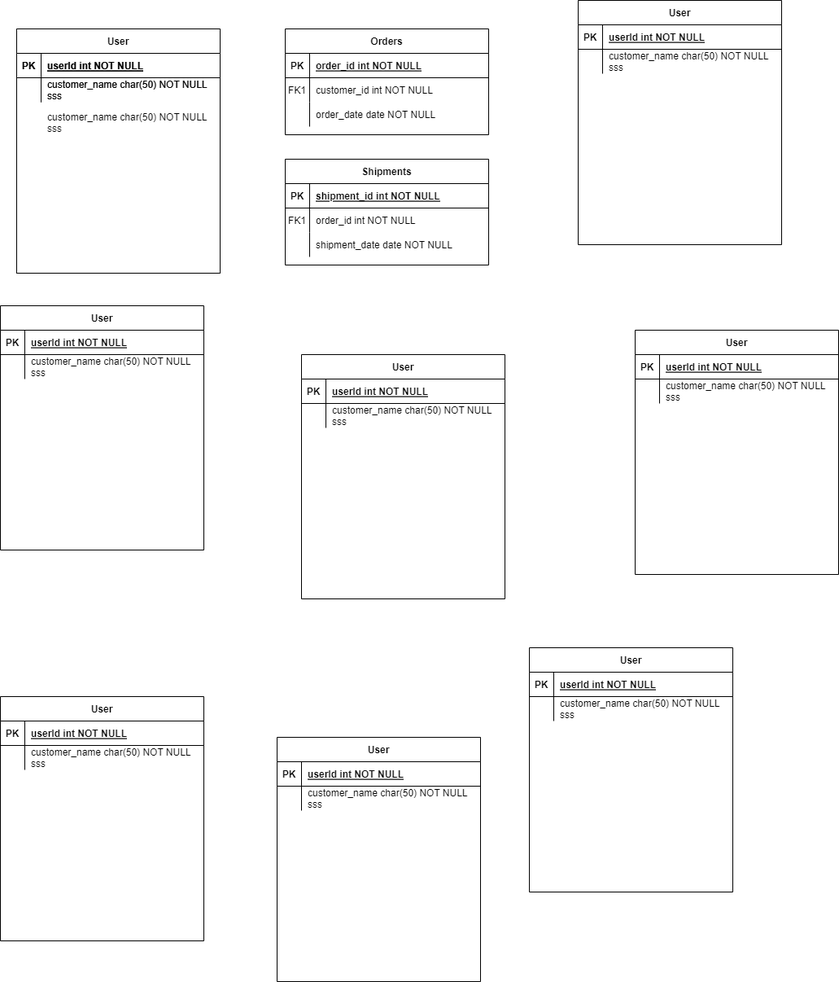
This is ER-model.drawio.png from ndphong812/intro2software-project, a draw.io export, as it was before one commit. Source tidied: cells renumbered, new cells last; positions are measured from the earlier drawing's top-left corner, leaving out a move shared by most shapes.
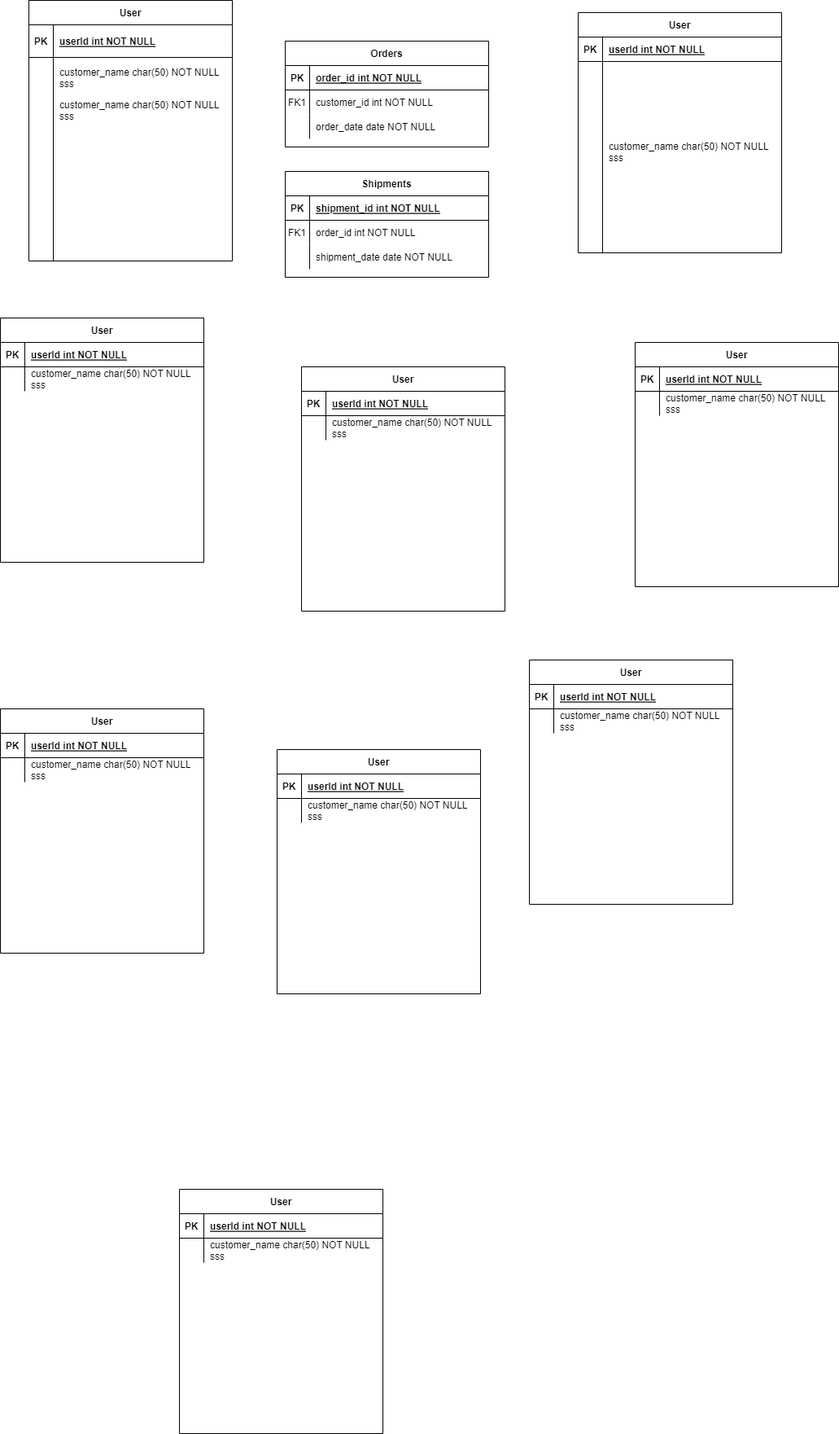
Above is the later version.

Change to the diagram source:
```diff
@@ -63,31 +63,31 @@
       <mxGeometry x="30" width="220" height="30" as="geometry" />
     </mxCell>
     <mxCell id="22" value="User" style="shape=table;startSize=30;rowLines=0;fontStyle=1;align=center;" parent="1" vertex="1">
-      <mxGeometry x="20" y="35" width="250" height="300" as="geometry" />
+      <mxGeometry x="35" y="-15" width="250" height="320" as="geometry" />
     </mxCell>
     <mxCell id="23" style="shape=partialRectangle;fillColor=none;top=0;left=0;right=0;bottom=1;" parent="22" vertex="1">
-      <mxGeometry y="30" width="250" height="30" as="geometry" />
+      <mxGeometry y="30" width="250" height="40" as="geometry" />
     </mxCell>
     <mxCell id="24" value="PK" style="shape=partialRectangle;overflow=hidden;fillColor=none;top=0;left=0;bottom=0;right=0;fontStyle=1;" parent="23" vertex="1">
-      <mxGeometry width="30" height="30" as="geometry" />
+      <mxGeometry width="30" height="40" as="geometry" />
     </mxCell>
     <mxCell id="25" value="userId int NOT NULL " style="shape=partialRectangle;overflow=hidden;fillColor=none;top=0;left=0;bottom=0;right=0;align=left;spacingLeft=6;fontStyle=5;" parent="23" vertex="1">
-      <mxGeometry x="30" width="220" height="30" as="geometry" />
+      <mxGeometry x="30" width="220" height="40" as="geometry" />
     </mxCell>
     <mxCell id="26" style="shape=partialRectangle;fillColor=none;top=0;left=0;right=0;bottom=0;" parent="22" vertex="1">
-      <mxGeometry y="60" width="250" height="30" as="geometry" />
+      <mxGeometry y="70" width="250" height="250" as="geometry" />
     </mxCell>
     <mxCell id="27" style="shape=partialRectangle;overflow=hidden;fillColor=none;top=0;left=0;bottom=0;right=0;" parent="26" vertex="1">
-      <mxGeometry width="30" height="30" as="geometry" />
+      <mxGeometry width="30" height="250" as="geometry" />
     </mxCell>
-    <mxCell id="28" value="customer_name char(50) NOT NULL&#10;sss&#10;" style="shape=partialRectangle;overflow=hidden;fillColor=none;top=0;left=0;bottom=0;right=0;align=left;spacingLeft=6;" parent="26" vertex="1">
-      <mxGeometry x="30" width="220" height="30" as="geometry" />
+    <mxCell id="28" style="shape=partialRectangle;overflow=hidden;fillColor=none;top=0;left=0;bottom=0;right=0;align=left;spacingLeft=6;" parent="26" vertex="1">
+      <mxGeometry x="30" width="220" height="250" as="geometry" />
     </mxCell>
     <mxCell id="29" value="customer_name char(50) NOT NULL&#10;sss&#10;" style="shape=partialRectangle;overflow=hidden;fillColor=none;top=0;left=0;bottom=0;right=0;align=left;spacingLeft=6;" parent="1" vertex="1">
-      <mxGeometry x="50" y="135" width="220" height="30" as="geometry" />
+      <mxGeometry x="65" y="65" width="220" height="30" as="geometry" />
     </mxCell>
     <mxCell id="30" value="User" style="shape=table;startSize=30;rowLines=0;fontStyle=1;align=center;" parent="1" vertex="1">
-      <mxGeometry x="20" y="35" width="250" height="300" as="geometry" />
+      <mxGeometry x="220" y="1445" width="250" height="300" as="geometry" />
     </mxCell>
     <mxCell id="31" style="shape=partialRectangle;fillColor=none;top=0;left=0;right=0;bottom=1;" parent="30" vertex="1">
       <mxGeometry y="30" width="250" height="30" as="geometry" />
@@ -150,7 +150,7 @@
       <mxGeometry x="30" width="220" height="30" as="geometry" />
     </mxCell>
     <mxCell id="51" value="User" style="shape=table;startSize=30;rowLines=0;fontStyle=1;align=center;" parent="1" vertex="1">
-      <mxGeometry x="710" width="250" height="300" as="geometry" />
+      <mxGeometry x="710" width="250" height="295" as="geometry" />
     </mxCell>
     <mxCell id="52" style="shape=partialRectangle;fillColor=none;top=0;left=0;right=0;bottom=1;" parent="51" vertex="1">
       <mxGeometry y="30" width="250" height="30" as="geometry" />
@@ -162,13 +162,13 @@
       <mxGeometry x="30" width="220" height="30" as="geometry" />
     </mxCell>
     <mxCell id="55" style="shape=partialRectangle;fillColor=none;top=0;left=0;right=0;bottom=0;" parent="51" vertex="1">
-      <mxGeometry y="60" width="250" height="30" as="geometry" />
+      <mxGeometry y="60" width="250" height="235" as="geometry" />
     </mxCell>
     <mxCell id="56" style="shape=partialRectangle;overflow=hidden;fillColor=none;top=0;left=0;bottom=0;right=0;" parent="55" vertex="1">
-      <mxGeometry width="30" height="30" as="geometry" />
+      <mxGeometry width="30" height="235" as="geometry" />
     </mxCell>
     <mxCell id="57" value="customer_name char(50) NOT NULL&#10;sss&#10;" style="shape=partialRectangle;overflow=hidden;fillColor=none;top=0;left=0;bottom=0;right=0;align=left;spacingLeft=6;" parent="55" vertex="1">
-      <mxGeometry x="30" width="220" height="30" as="geometry" />
+      <mxGeometry x="30" width="220" height="235" as="geometry" />
     </mxCell>
     <mxCell id="58" value="User" style="shape=table;startSize=30;rowLines=0;fontStyle=1;align=center;" parent="1" vertex="1">
       <mxGeometry x="780" y="405" width="250" height="300" as="geometry" />
@@ -254,5 +254,8 @@
     <mxCell id="85" value="customer_name char(50) NOT NULL&#10;sss&#10;" style="shape=partialRectangle;overflow=hidden;fillColor=none;top=0;left=0;bottom=0;right=0;align=left;spacingLeft=6;" parent="83" vertex="1">
       <mxGeometry x="30" width="220" height="30" as="geometry" />
     </mxCell>
+    <mxCell id="86" value="customer_name char(50) NOT NULL&#10;sss&#10;" style="shape=partialRectangle;overflow=hidden;fillColor=none;top=0;left=0;bottom=0;right=0;align=left;spacingLeft=6;" parent="1" vertex="1">
+      <mxGeometry x="65" y="105" width="220" height="30" as="geometry" />
+    </mxCell>
   </root>
 </mxGraphModel>
```
